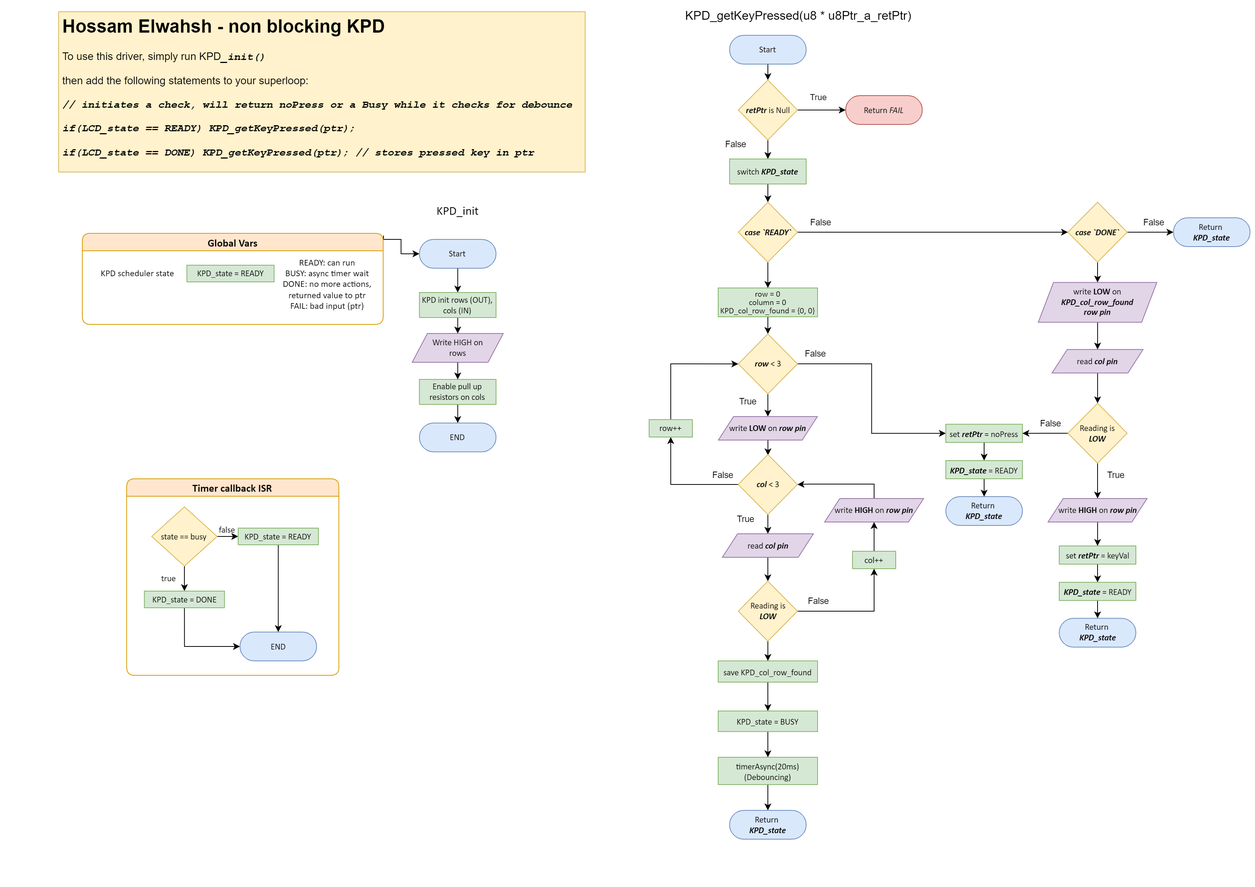
This is Embedded SW Design/S_STATIC_01 - Design a Non-blocking LCD and Keypad/KPD_non_blocking.drawio.png from HossamElwahsh/sprints-automotive, a draw.io export, as it was before one commit. Source tidied: cells renumbered, new cells last; positions are measured from the earlier drawing's top-left corner, leaving out a move shared by most shapes.
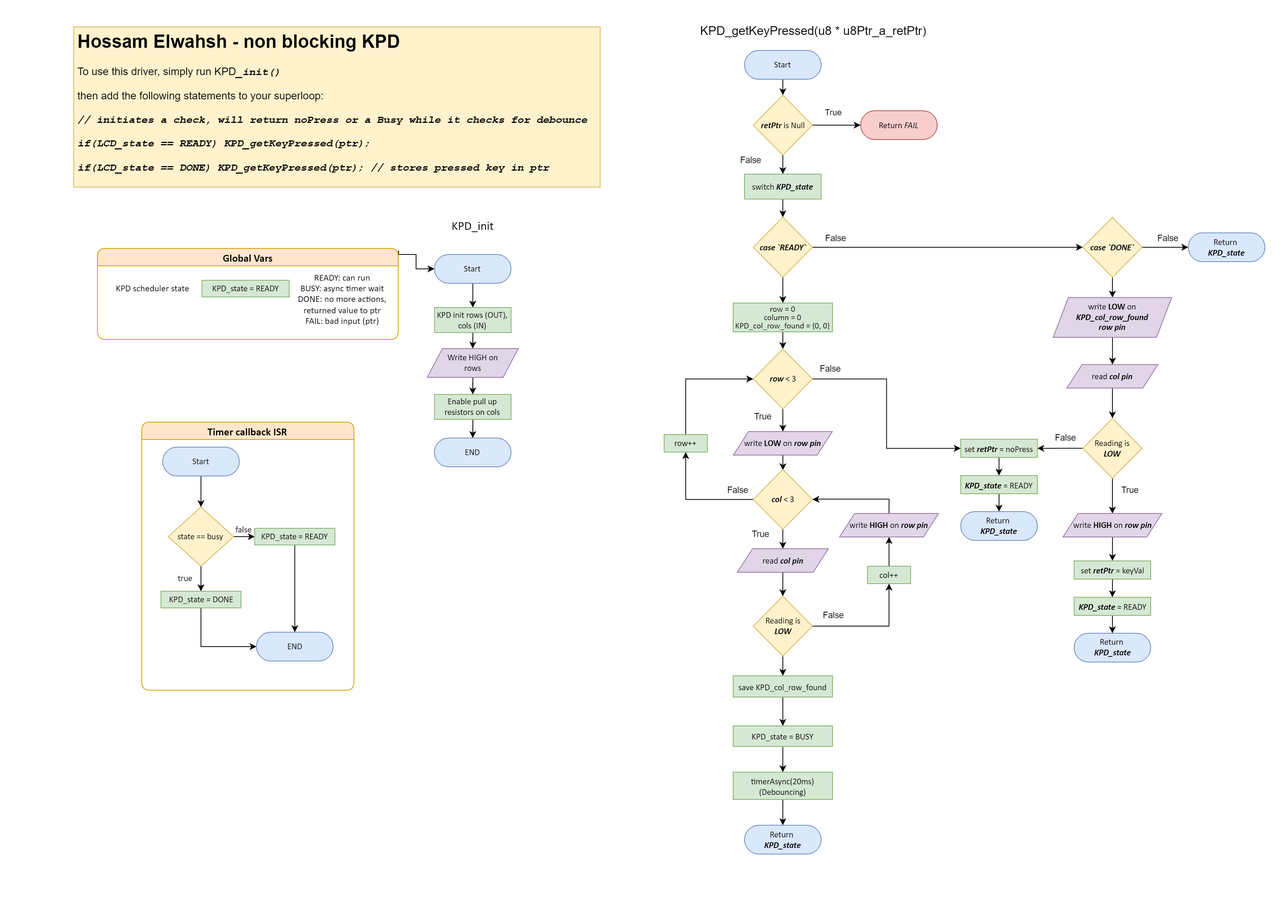
Above is the later version.

Change to the diagram source:
```diff
@@ -53,7 +53,7 @@
       <mxGeometry x="475.2" y="553" width="101" height="38" as="geometry" />
     </mxCell>
     <mxCell id="17" value="&lt;font style=&quot;font-size: 14px;&quot;&gt;Timer callback ISR&lt;br&gt;&lt;/font&gt;" style="swimlane;whiteSpace=wrap;html=1;rounded=1;fontSize=16;fontFamily=Calibri;fillColor=#ffe6cc;strokeColor=#d79b00;" parent="1" vertex="1">
-      <mxGeometry x="89.4" y="626.5" width="279.7" height="259" as="geometry" />
+      <mxGeometry x="89.4" y="532" width="279.7" height="353.5" as="geometry" />
     </mxCell>
     <mxCell id="18" style="edgeStyle=orthogonalEdgeStyle;rounded=0;jettySize=auto;html=1;entryX=0.5;entryY=0;entryDx=0;entryDy=0;entryPerimeter=0;" parent="17" edge="1" source="20" target="22">
       <mxGeometry relative="1" as="geometry" />
@@ -62,29 +62,35 @@
       <mxGeometry relative="1" as="geometry" />
     </mxCell>
     <mxCell id="20" value="state == busy" style="rhombus;whiteSpace=wrap;html=1;fontSize=11.29;fontFamily=Calibri;fillColor=#fff2cc;strokeColor=#d6b656;" parent="17" vertex="1">
-      <mxGeometry x="33" y="37" width="86.3" height="78" as="geometry" />
+      <mxGeometry x="34.9" y="112" width="86.3" height="78" as="geometry" />
     </mxCell>
     <mxCell id="21" style="edgeStyle=orthogonalEdgeStyle;rounded=0;jettySize=auto;html=1;entryX=0;entryY=0.5;entryDx=0;entryDy=0;entryPerimeter=0;exitX=0.5;exitY=1;exitDx=0;exitDy=0;exitPerimeter=0;" parent="17" edge="1" source="22" target="27">
       <mxGeometry relative="1" as="geometry" />
     </mxCell>
     <mxCell id="22" value="KPD_state = DONE" style="verticalAlign=middle;align=center;overflow=width;vsdxID=274;fillColor=#d5e8d4;shape=(stored shape, 160 characters);strokeColor=#82b366;spacingTop=-1;spacingBottom=-1;spacingLeft=-1;spacingRight=-1;points=[[0,0.5,0],[1,0.5,0],[0.5,1,0],[0.5,0,0]];labelBackgroundColor=none;rounded=1;html=1;whiteSpace=wrap;fontFamily=Calibri;fontSize=11.29;" parent="17" vertex="1">
-      <mxGeometry x="23.3" y="148" width="105.7" height="22" as="geometry" />
+      <mxGeometry x="25.2" y="223" width="105.7" height="22" as="geometry" />
     </mxCell>
     <mxCell id="23" style="edgeStyle=orthogonalEdgeStyle;rounded=0;jettySize=auto;html=1;entryX=0.5;entryY=0;entryDx=0;entryDy=0;entryPerimeter=0;" parent="17" edge="1" source="24" target="27">
       <mxGeometry relative="1" as="geometry" />
     </mxCell>
     <mxCell id="24" value="KPD_state = READY" style="verticalAlign=middle;align=center;overflow=width;vsdxID=274;fillColor=#d5e8d4;shape=(stored shape, 160 characters);strokeColor=#82b366;spacingTop=-1;spacingBottom=-1;spacingLeft=-1;spacingRight=-1;points=[[0,0.5,0],[1,0.5,0],[0.5,1,0],[0.5,0,0]];labelBackgroundColor=none;rounded=1;html=1;whiteSpace=wrap;fontFamily=Calibri;fontSize=11.29;" parent="17" vertex="1">
-      <mxGeometry x="147" y="65" width="105.7" height="22" as="geometry" />
+      <mxGeometry x="148.9" y="140" width="105.7" height="22" as="geometry" />
     </mxCell>
     <mxCell id="25" value="&lt;font face=&quot;Calibri&quot; style=&quot;font-size: 11.29px;&quot;&gt;true&lt;/font&gt;" style="text;strokeColor=none;align=center;fillColor=none;html=1;verticalAlign=middle;whiteSpace=wrap;rounded=0;fontSize=16;" parent="17" vertex="1">
-      <mxGeometry x="43" y="121.1" width="26.4" height="16.8" as="geometry" />
+      <mxGeometry x="44.9" y="196.1" width="26.4" height="16.8" as="geometry" />
     </mxCell>
     <mxCell id="26" value="&lt;font face=&quot;Calibri&quot; style=&quot;font-size: 11.29px;&quot;&gt;false&lt;/font&gt;" style="text;strokeColor=none;align=center;fillColor=none;html=1;verticalAlign=middle;whiteSpace=wrap;rounded=0;fontSize=16;" parent="17" vertex="1">
-      <mxGeometry x="119.3" y="57" width="26.4" height="16.8" as="geometry" />
+      <mxGeometry x="121.1" y="132" width="26.4" height="16.8" as="geometry" />
     </mxCell>
     <mxCell id="27" value="&lt;div style=&quot;font-size: 11.29px;&quot;&gt;&lt;font style=&quot;font-size: 11.29px; direction: ltr; letter-spacing: 0px; line-height: 120%; opacity: 1;&quot;&gt;END&lt;br style=&quot;font-size: 11.29px;&quot;&gt;&lt;/font&gt;&lt;/div&gt;" style="verticalAlign=middle;align=center;overflow=width;vsdxID=52;fillColor=#dae8fc;shape=(stored shape, 240 characters);strokeColor=#6c8ebf;spacingTop=-1;spacingBottom=-1;spacingLeft=-1;spacingRight=-1;points=[[0.5,1,0],[0.5,0,0],[0,0.5,0],[1,0.5,0]];labelBackgroundColor=none;rounded=1;html=1;whiteSpace=wrap;fontFamily=Calibri;fontSize=11.29;" parent="17" vertex="1">
-      <mxGeometry x="149.3" y="202" width="101" height="38" as="geometry" />
+      <mxGeometry x="151.2" y="277" width="101" height="38" as="geometry" />
     </mxCell>
+    <mxCell id="103" style="edgeStyle=orthogonalEdgeStyle;rounded=0;jettySize=auto;html=1;entryX=0.5;entryY=0;entryDx=0;entryDy=0;" parent="17" edge="1" source="104" target="20">
+      <mxGeometry relative="1" as="geometry" />
+    </mxCell>
+    <mxCell id="104" value="&lt;div style=&quot;font-size: 11.29px;&quot;&gt;&lt;font style=&quot;font-size: 11.29px; direction: ltr; letter-spacing: 0px; line-height: 120%; opacity: 1;&quot;&gt;Start&lt;br style=&quot;font-size: 11.29px;&quot;&gt;&lt;/font&gt;&lt;/div&gt;" style="verticalAlign=middle;align=center;overflow=width;vsdxID=52;fillColor=#dae8fc;shape=(stored shape, 240 characters);strokeColor=#6c8ebf;spacingTop=-1;spacingBottom=-1;spacingLeft=-1;spacingRight=-1;points=[[0.5,1,0],[0.5,0,0],[0,0.5,0],[1,0.5,0]];labelBackgroundColor=none;rounded=1;html=1;whiteSpace=wrap;fontFamily=Calibri;fontSize=11.29;" parent="17" vertex="1">
+      <mxGeometry x="27.5" y="33" width="101" height="38" as="geometry" />
+    </mxCell>
     <mxCell id="28" value="&lt;h1&gt;Hossam Elwahsh - non blocking KPD&lt;/h1&gt;&lt;p style=&quot;font-size: 14px;&quot;&gt;&lt;font style=&quot;font-size: 14px;&quot;&gt;To use this driver, simply run KPD&lt;i style=&quot;&quot;&gt;&lt;font style=&quot;font-size: 14px;&quot; face=&quot;Courier New&quot;&gt;&lt;b&gt;_init()&lt;/b&gt;&lt;/font&gt;&lt;/i&gt;&lt;/font&gt;&lt;/p&gt;&lt;p style=&quot;font-size: 14px;&quot;&gt;&lt;font style=&quot;font-size: 14px;&quot;&gt;then add the following statements to your superloop:&lt;br&gt;&lt;/font&gt;&lt;/p&gt;&lt;p style=&quot;font-size: 14px;&quot;&gt;&lt;i style=&quot;border-color: var(--border-color);&quot;&gt;&lt;font style=&quot;border-color: var(--border-color);&quot; face=&quot;Courier New&quot;&gt;&lt;b style=&quot;border-color: var(--border-color);&quot;&gt;// initiates a check, will return noPress or a Busy while it checks for debounce&lt;/b&gt;&lt;/font&gt;&lt;/i&gt;&lt;i style=&quot;&quot;&gt;&lt;font style=&quot;font-size: 14px;&quot; face=&quot;Courier New&quot;&gt;&lt;b style=&quot;&quot;&gt;&lt;br&gt;&lt;/b&gt;&lt;/font&gt;&lt;/i&gt;&lt;/p&gt;&lt;p style=&quot;font-size: 14px;&quot;&gt;&lt;i style=&quot;&quot;&gt;&lt;font style=&quot;font-size: 14px;&quot; face=&quot;Courier New&quot;&gt;&lt;b style=&quot;&quot;&gt;if(LCD_state == READY) KPD_getKeyPressed(ptr);&lt;/b&gt;&lt;/font&gt;&lt;/i&gt;&lt;/p&gt;&lt;p style=&quot;font-size: 14px;&quot;&gt;&lt;i style=&quot;border-color: var(--border-color);&quot;&gt;&lt;font style=&quot;border-color: var(--border-color);&quot; face=&quot;Courier New&quot;&gt;&lt;b style=&quot;border-color: var(--border-color);&quot;&gt;if(LCD_state == DONE) KPD_getKeyPressed(ptr); // stores pressed key in ptr&lt;/b&gt;&lt;/font&gt;&lt;/i&gt;&lt;i style=&quot;&quot;&gt;&lt;font style=&quot;font-size: 14px;&quot; face=&quot;Courier New&quot;&gt;&lt;b style=&quot;&quot;&gt;&lt;br&gt;&lt;/b&gt;&lt;/font&gt;&lt;/i&gt;&lt;/p&gt;" style="text;html=1;spacing=5;spacingTop=-20;whiteSpace=wrap;overflow=hidden;rounded=0;fillColor=#fff2cc;strokeColor=#d6b656;" parent="1" vertex="1">
       <mxGeometry x="-0.3" y="11" width="694" height="211.2" as="geometry" />
     </mxCell>
```
